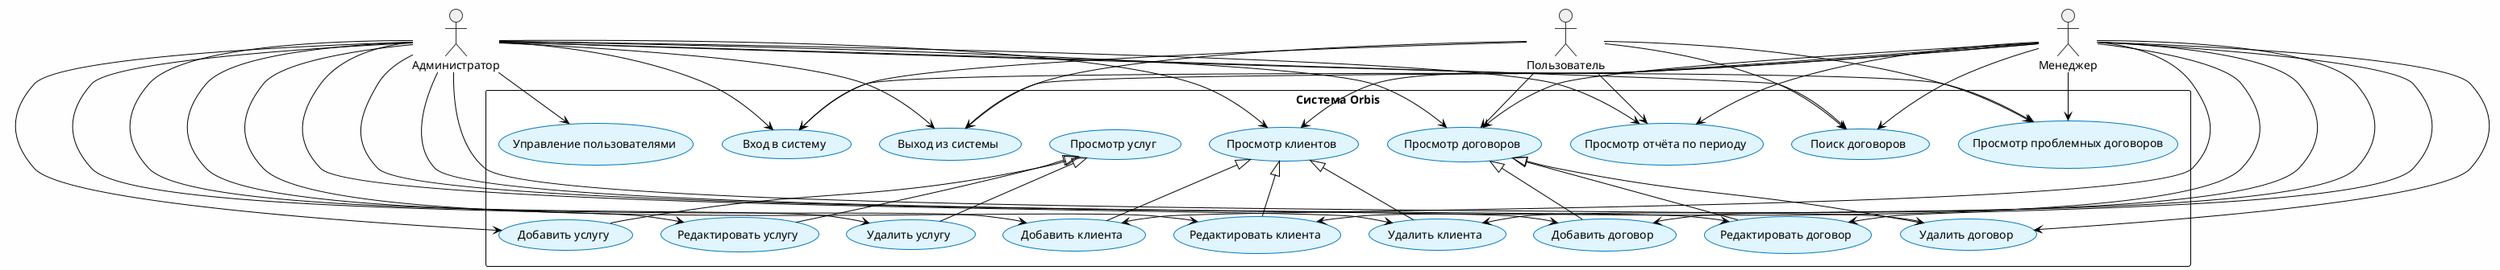
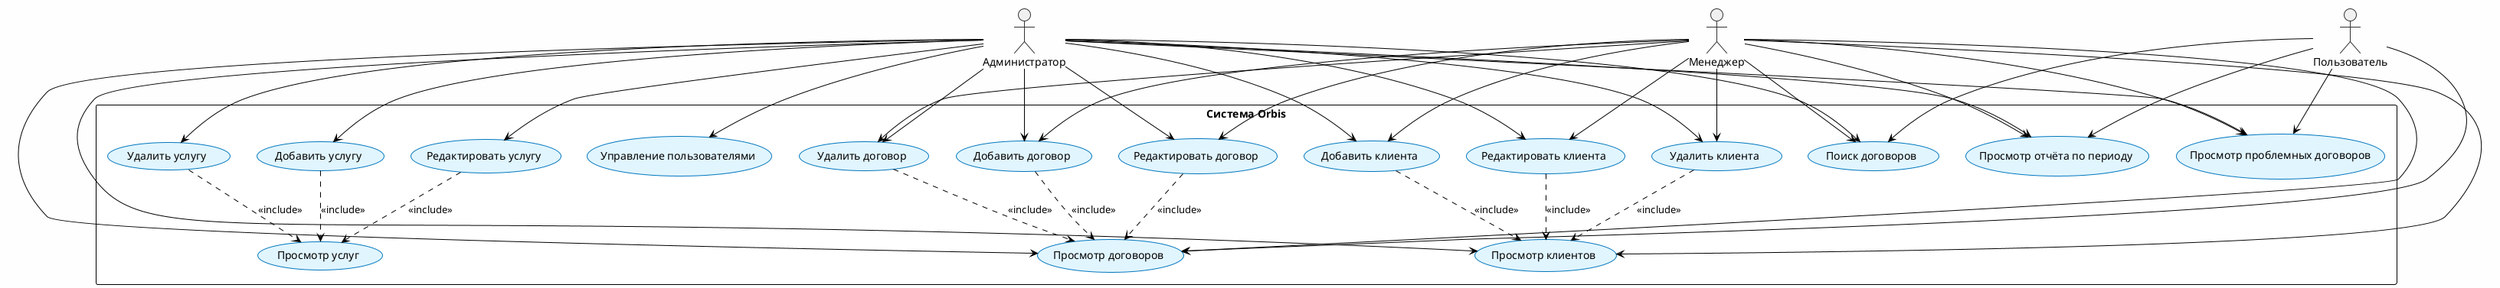
@startuml Orbis_UseCaseDiagram
!theme plain
+ 
skinparam backgroundColor #FEFEFE
skinparam actorBackgroundColor #F0F0F0
skinparam actorBorderColor #333333
skinparam usecaseBackgroundColor #E1F5FF
skinparam usecaseBorderColor #0277BD

actor "Администратор" as Admin
actor "Менеджер" as Manager
actor "Пользователь" as User

rectangle "Система Orbis" {
-     usecase "Вход в систему" as UC1
+ 
    usecase "Управление пользователями" as UC2
+ 
    usecase "Просмотр клиентов" as UC3
    usecase "Добавить клиента" as UC4
    usecase "Редактировать клиента" as UC5
    usecase "Удалить клиента" as UC6
+ 
    usecase "Просмотр услуг" as UC7
    usecase "Добавить услугу" as UC8
    usecase "Редактировать услугу" as UC9
    usecase "Удалить услугу" as UC10
+ 
    usecase "Просмотр договоров" as UC11
    usecase "Добавить договор" as UC12
    usecase "Редактировать договор" as UC13
    usecase "Удалить договор" as UC14
+ 
    usecase "Поиск договоров" as UC15
    usecase "Просмотр отчёта по периоду" as UC16
    usecase "Просмотр проблемных договоров" as UC17
-     usecase "Выход из системы" as UC18
}

- Admin --> UC1
- Manager --> UC1
- User --> UC1
+ Admin --> UC2

- Admin --> UC2
Admin --> UC8
Admin --> UC9
Admin --> UC10

Admin --> UC3
Admin --> UC4
Admin --> UC5
Admin --> UC6
+ 
Manager --> UC3
Manager --> UC4
Manager --> UC5
Manager --> UC6

Admin --> UC11
Admin --> UC12
Admin --> UC13
Admin --> UC14
+ 
Manager --> UC11
Manager --> UC12
Manager --> UC13
Manager --> UC14
+ 
User --> UC11

Admin --> UC15
Manager --> UC15
User --> UC15

Admin --> UC16
Manager --> UC16
User --> UC16

Admin --> UC17
Manager --> UC17
User --> UC17

- Admin --> UC18
- Manager --> UC18
- User --> UC18
+ UC8 ..> UC7 : <<include>>
+ UC9 ..> UC7 : <<include>>
+ UC10 ..> UC7 : <<include>>

- UC7 <|-- UC8
- UC7 <|-- UC9
- UC7 <|-- UC10
+ UC4 ..> UC3 : <<include>>
+ UC5 ..> UC3 : <<include>>
+ UC6 ..> UC3 : <<include>>

- UC3 <|-- UC4
- UC3 <|-- UC5
- UC3 <|-- UC6
- 
- UC11 <|-- UC12
- UC11 <|-- UC13
- UC11 <|-- UC14
+ UC12 ..> UC11 : <<include>>
+ UC13 ..> UC11 : <<include>>
+ UC14 ..> UC11 : <<include>>

@enduml
